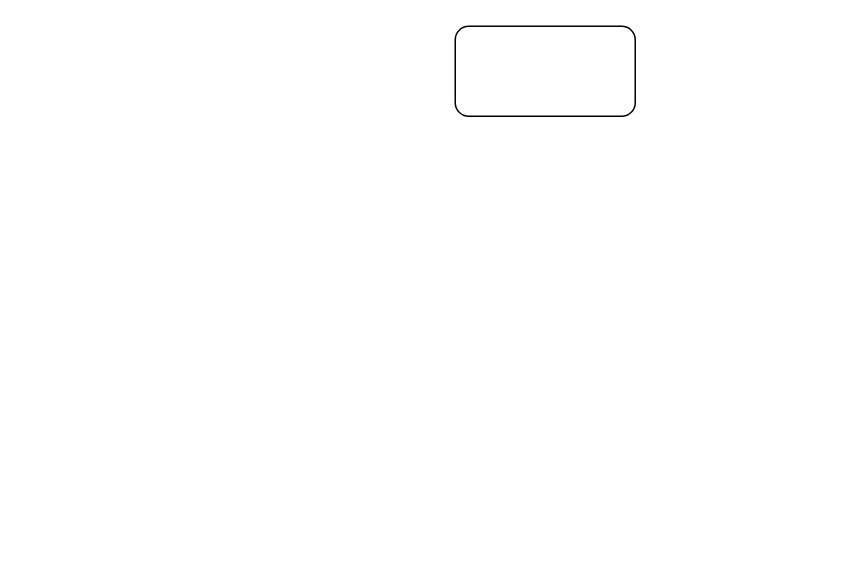
The draw.io diagram Untitled Diagram.drawio in ranjulbn20/Diagrams, before the edit. Source tidied: cells renumbered, new cells numbered last; positions are measured from the earlier drawing's top-left corner, leaving out a move shared by most shapes. Both pictures are drawn from the tidied source at 150%, with x=0, y=0 at pixel (454, 26).
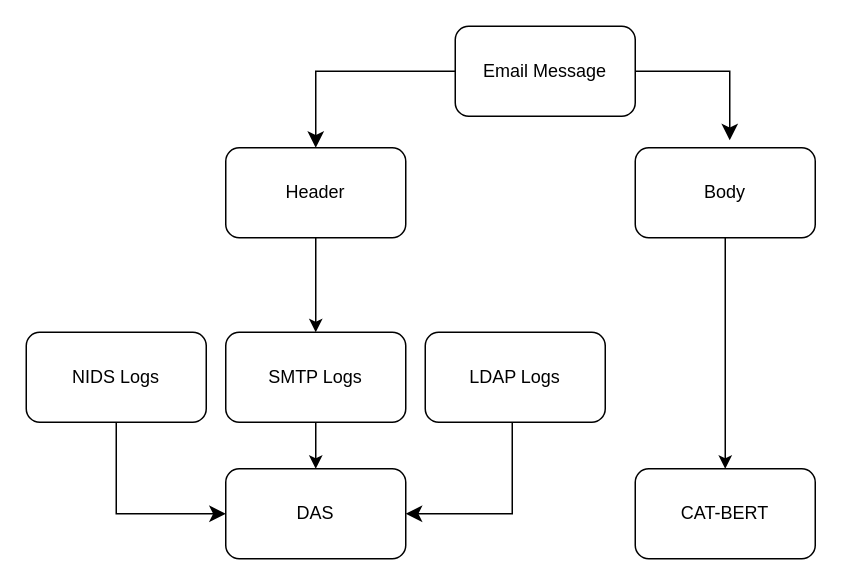
After the change.

Change to the diagram source:
```diff
@@
-    <mxCell id="2" style="rounded=1;whiteSpace=wrap;html=1;" parent="1" vertex="1">
+    <mxCell id="2" value="Email Message" style="rounded=1;whiteSpace=wrap;html=1;" parent="1" vertex="1">
       <mxGeometry width="120" height="60" as="geometry" />
     </mxCell>
+    <mxCell id="3" value="Header" style="rounded=1;whiteSpace=wrap;html=1;" parent="1" vertex="1">
+      <mxGeometry x="-153" y="81" width="120" height="60" as="geometry" />
+    </mxCell>
+    <mxCell id="4" value="Body" style="rounded=1;whiteSpace=wrap;html=1;" parent="1" vertex="1">
+      <mxGeometry x="120" y="81" width="120" height="60" as="geometry" />
+    </mxCell>
+    <mxCell id="5" style="edgeStyle=segmentEdgeStyle;endArrow=classic;html=1;curved=0;rounded=0;endSize=8;startSize=8;entryX=0.5;entryY=0;entryDx=0;entryDy=0;exitX=0;exitY=0.5;exitDx=0;exitDy=0;" parent="1" edge="1" source="2" target="3">
+      <mxGeometry relative="1" as="geometry">
+        <Array as="points">
+          <mxPoint x="-93" y="30" />
+        </Array>
+      </mxGeometry>
+    </mxCell>
+    <mxCell id="6" style="edgeStyle=segmentEdgeStyle;endArrow=classic;html=1;curved=0;rounded=0;endSize=8;startSize=8;exitX=1;exitY=0.5;exitDx=0;exitDy=0;" parent="1" edge="1" source="2">
+      <mxGeometry relative="1" as="geometry">
+        <mxPoint x="183" y="76" as="targetPoint" />
+        <Array as="points">
+          <mxPoint x="183" y="30" />
+        </Array>
+      </mxGeometry>
+    </mxCell>
+    <mxCell id="7" value="SMTP Logs" style="rounded=1;whiteSpace=wrap;html=1;" parent="1" vertex="1">
+      <mxGeometry x="-153" y="204" width="120" height="60" as="geometry" />
+    </mxCell>
+    <mxCell id="8" style="endArrow=classic;html=1;rounded=0;exitX=0.5;exitY=1;exitDx=0;exitDy=0;entryX=0.5;entryY=0;entryDx=0;entryDy=0;" parent="1" edge="1" source="3" target="7">
+      <mxGeometry relative="1" as="geometry" />
+    </mxCell>
+    <mxCell id="9" value="NIDS Logs" style="rounded=1;whiteSpace=wrap;html=1;" parent="1" vertex="1">
+      <mxGeometry x="-286" y="204" width="120" height="60" as="geometry" />
+    </mxCell>
+    <mxCell id="10" value="LDAP Logs" style="rounded=1;whiteSpace=wrap;html=1;" parent="1" vertex="1">
+      <mxGeometry x="-20" y="204" width="120" height="60" as="geometry" />
+    </mxCell>
+    <mxCell id="11" value="DAS" style="rounded=1;whiteSpace=wrap;html=1;" parent="1" vertex="1">
+      <mxGeometry x="-153" y="295" width="120" height="60" as="geometry" />
+    </mxCell>
+    <mxCell id="12" style="edgeStyle=segmentEdgeStyle;endArrow=classic;html=1;curved=0;rounded=0;endSize=8;startSize=8;entryX=0;entryY=0.5;entryDx=0;entryDy=0;exitX=0.5;exitY=1;exitDx=0;exitDy=0;" parent="1" edge="1" source="9" target="11">
+      <mxGeometry relative="1" as="geometry">
+        <Array as="points">
+          <mxPoint x="-226" y="325" />
+        </Array>
+      </mxGeometry>
+    </mxCell>
+    <mxCell id="13" style="endArrow=classic;html=1;rounded=0;exitX=0.5;exitY=1;exitDx=0;exitDy=0;entryX=0.5;entryY=0;entryDx=0;entryDy=0;" parent="1" edge="1" source="7" target="11">
+      <mxGeometry relative="1" as="geometry" />
+    </mxCell>
+    <mxCell id="14" style="edgeStyle=segmentEdgeStyle;endArrow=classic;html=1;curved=0;rounded=0;endSize=8;startSize=8;entryX=1;entryY=0.5;entryDx=0;entryDy=0;exitX=0.5;exitY=1;exitDx=0;exitDy=0;" parent="1" edge="1" target="11">
+      <mxGeometry relative="1" as="geometry">
+        <mxPoint x="38" y="264" as="sourcePoint" />
+        <Array as="points">
+          <mxPoint x="38" y="325" />
+        </Array>
+      </mxGeometry>
+    </mxCell>
+    <mxCell id="15" value="CAT-BERT" style="rounded=1;whiteSpace=wrap;html=1;" parent="1" vertex="1">
+      <mxGeometry x="120" y="295" width="120" height="60" as="geometry" />
+    </mxCell>
+    <mxCell id="16" style="endArrow=classic;html=1;rounded=0;exitX=0.5;exitY=1;exitDx=0;exitDy=0;entryX=0.5;entryY=0;entryDx=0;entryDy=0;" parent="1" edge="1" source="4" target="15">
+      <mxGeometry relative="1" as="geometry" />
+    </mxCell>
```
